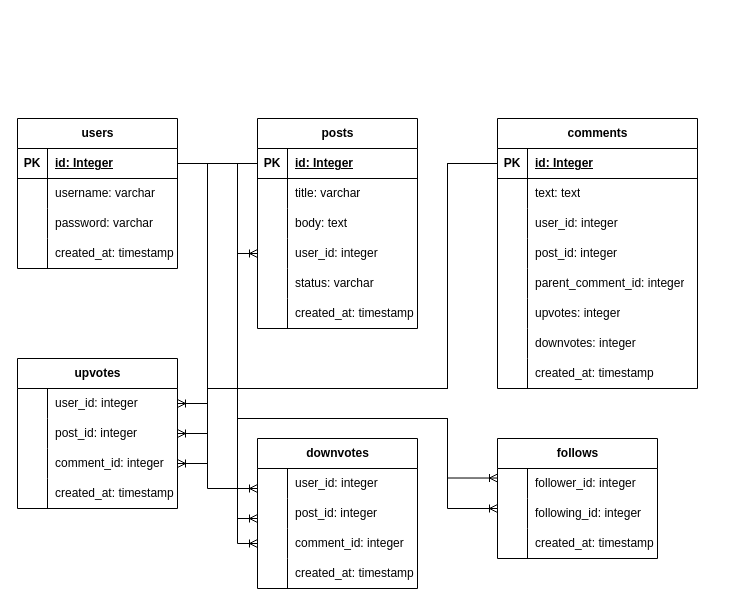
Before: Schema_Diagram.drawio in ChetanSengar/JAVA, a draw.io diagram. Source tidied: cells renumbered, new cells numbered last; positions are measured from the earlier drawing's top-left corner, leaving out a move shared by most shapes. Both pictures are drawn from the tidied source at 100%, with x=0, y=0 at pixel (17, 118).
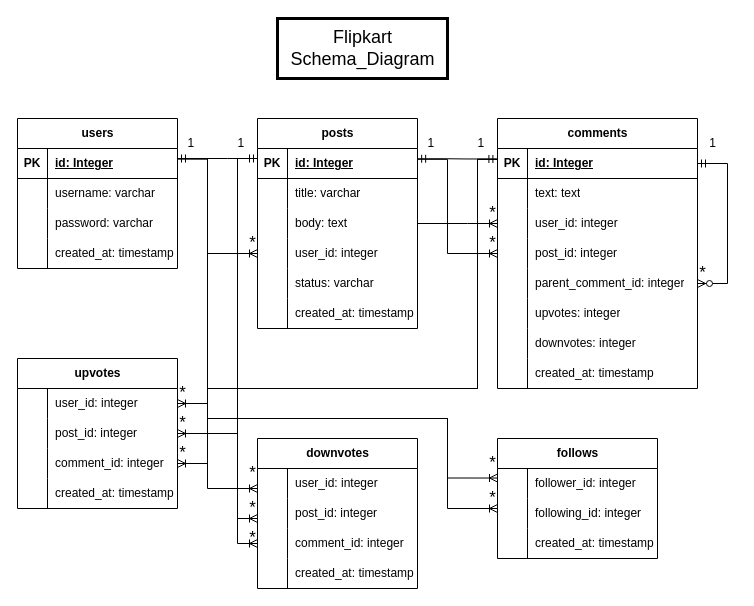
The same diagram, later.

The change refers to these unchanged cells:
```xml
<mxCell id="3" style="shape=tableRow;horizontal=0;startSize=0;swimlaneHead=0;swimlaneBody=0;fillColor=none;points=[[0,0.5],[1,0.5]];portConstraint=eastwest;top=0;left=0;right=0;bottom=1;" parent="2" vertex="1">
  <mxGeometry y="30" width="160" height="30" as="geometry" />
</mxCell>
<mxCell id="16" style="shape=tableRow;horizontal=0;startSize=0;swimlaneHead=0;swimlaneBody=0;fillColor=none;points=[[0,0.5],[1,0.5]];portConstraint=eastwest;top=0;left=0;right=0;bottom=1;" parent="15" vertex="1">
  <mxGeometry y="30" width="160" height="30" as="geometry" />
</mxCell>
<mxCell id="22" style="shape=tableRow;horizontal=0;startSize=0;swimlaneHead=0;swimlaneBody=0;fillColor=none;points=[[0,0.5],[1,0.5]];portConstraint=eastwest;top=0;left=0;right=0;bottom=0;" parent="15" vertex="1">
  <mxGeometry y="90" width="160" height="30" as="geometry" />
</mxCell>
<mxCell id="25" style="shape=tableRow;horizontal=0;startSize=0;swimlaneHead=0;swimlaneBody=0;fillColor=none;points=[[0,0.5],[1,0.5]];portConstraint=eastwest;top=0;left=0;right=0;bottom=0;" parent="15" vertex="1">
  <mxGeometry y="120" width="160" height="30" as="geometry" />
</mxCell>
<mxCell id="35" style="shape=tableRow;horizontal=0;startSize=0;swimlaneHead=0;swimlaneBody=0;fillColor=none;points=[[0,0.5],[1,0.5]];portConstraint=eastwest;top=0;left=0;right=0;bottom=0;" parent="34" vertex="1">
  <mxGeometry y="30" width="160" height="30" as="geometry" />
</mxCell>
<mxCell id="38" style="shape=tableRow;horizontal=0;startSize=0;swimlaneHead=0;swimlaneBody=0;fillColor=none;points=[[0,0.5],[1,0.5]];portConstraint=eastwest;top=0;left=0;right=0;bottom=0;" parent="34" vertex="1">
  <mxGeometry y="60" width="160" height="30" as="geometry" />
</mxCell>
<mxCell id="41" style="shape=tableRow;horizontal=0;startSize=0;swimlaneHead=0;swimlaneBody=0;fillColor=none;points=[[0,0.5],[1,0.5]];portConstraint=eastwest;top=0;left=0;right=0;bottom=0;" parent="34" vertex="1">
  <mxGeometry y="90" width="160" height="30" as="geometry" />
</mxCell>
<mxCell id="54" style="shape=tableRow;horizontal=0;startSize=0;swimlaneHead=0;swimlaneBody=0;fillColor=none;points=[[0,0.5],[1,0.5]];portConstraint=eastwest;top=0;left=0;right=0;bottom=0;" parent="47" vertex="1">
  <mxGeometry y="90" width="160" height="30" as="geometry" />
</mxCell>
<mxCell id="60" value="comments" style="shape=table;startSize=30;childLayout=tableLayout;rowLines=0;fontStyle=1;align=center;html=1;" parent="1" vertex="1">
  <mxGeometry x="480" width="200" height="270" as="geometry" />
</mxCell>
<mxCell id="61" style="shape=tableRow;horizontal=0;startSize=0;swimlaneHead=0;swimlaneBody=0;fillColor=none;points=[[0,0.5],[1,0.5]];portConstraint=eastwest;top=0;left=0;right=0;bottom=1;" parent="60" vertex="1">
  <mxGeometry y="30" width="200" height="30" as="geometry" />
</mxCell>
<mxCell id="67" style="shape=tableRow;horizontal=0;startSize=0;swimlaneHead=0;swimlaneBody=0;fillColor=none;points=[[0,0.5],[1,0.5]];portConstraint=eastwest;top=0;left=0;right=0;bottom=0;" parent="60" vertex="1">
  <mxGeometry y="90" width="200" height="30" as="geometry" />
</mxCell>
<mxCell id="70" style="shape=tableRow;horizontal=0;startSize=0;swimlaneHead=0;swimlaneBody=0;fillColor=none;points=[[0,0.5],[1,0.5]];portConstraint=eastwest;top=0;left=0;right=0;bottom=0;" parent="60" vertex="1">
  <mxGeometry y="120" width="200" height="30" as="geometry" />
</mxCell>
<mxCell id="73" style="shape=tableRow;horizontal=0;startSize=0;swimlaneHead=0;swimlaneBody=0;fillColor=none;points=[[0,0.5],[1,0.5]];portConstraint=eastwest;top=0;left=0;right=0;bottom=0;" parent="60" vertex="1">
  <mxGeometry y="150" width="200" height="30" as="geometry" />
</mxCell>
<mxCell id="86" style="shape=tableRow;horizontal=0;startSize=0;swimlaneHead=0;swimlaneBody=0;fillColor=none;points=[[0,0.5],[1,0.5]];portConstraint=eastwest;top=0;left=0;right=0;bottom=0;" parent="85" vertex="1">
  <mxGeometry y="30" width="160" height="30" as="geometry" />
</mxCell>
```

Change to the diagram source:
```diff
@@
+    <mxCell id="104" style="edgeStyle=entityRelationEdgeStyle;fontSize=12;html=1;endArrow=ERzeroToMany;startArrow=ERmandOne;rounded=0;entryX=1;entryY=0.5;entryDx=0;entryDy=0;exitX=1;exitY=0.5;exitDx=0;exitDy=0;" parent="60" edge="1" source="61" target="73">
+      <mxGeometry relative="1" as="geometry" />
+    </mxCell>
@@
-    <mxCell id="95" style="edgeStyle=orthogonalEdgeStyle;fontSize=12;html=1;endArrow=ERoneToMany;rounded=0;exitX=1;exitY=0.5;exitDx=0;exitDy=0;entryX=0;entryY=0.5;entryDx=0;entryDy=0;" parent="1" edge="1" source="3" target="25">
+    <mxCell id="95" style="edgeStyle=orthogonalEdgeStyle;fontSize=12;html=1;endArrow=ERoneToMany;rounded=0;entryX=0;entryY=0.5;entryDx=0;entryDy=0;" parent="1" edge="1" target="25">
       <mxGeometry relative="1" as="geometry">
+        <mxPoint x="160" y="40" as="sourcePoint" />
         <Array as="points">
-          <mxPoint x="220" y="45" />
-          <mxPoint x="220" y="135" />
+          <mxPoint x="160" y="40" />
+          <mxPoint x="190" y="40" />
+          <mxPoint x="190" y="135" />
         </Array>
       </mxGeometry>
     </mxCell>
-    <mxCell id="96" style="edgeStyle=entityRelationEdgeStyle;fontSize=12;html=1;endArrow=ERoneToMany;rounded=0;exitX=1;exitY=0.5;exitDx=0;exitDy=0;entryX=1;entryY=0.5;entryDx=0;entryDy=0;" parent="1" edge="1" source="3" target="35">
-      <mxGeometry relative="1" as="geometry" />
+    <mxCell id="96" style="edgeStyle=orthogonalEdgeStyle;fontSize=12;html=1;endArrow=ERoneToMany;rounded=0;entryX=1;entryY=0.5;entryDx=0;entryDy=0;" parent="1" edge="1" target="35">
+      <mxGeometry relative="1" as="geometry">
+        <mxPoint x="160" y="40" as="sourcePoint" />
+        <Array as="points">
+          <mxPoint x="160" y="40" />
+          <mxPoint x="190" y="40" />
+          <mxPoint x="190" y="285" />
+        </Array>
+      </mxGeometry>
     </mxCell>
-    <mxCell id="97" style="edgeStyle=orthogonalEdgeStyle;fontSize=12;html=1;endArrow=ERoneToMany;rounded=0;exitX=0;exitY=0.5;exitDx=0;exitDy=0;entryX=1;entryY=0.5;entryDx=0;entryDy=0;" parent="1" edge="1" source="16" target="38">
+    <mxCell id="97" style="edgeStyle=orthogonalEdgeStyle;fontSize=12;html=1;endArrow=ERoneToMany;rounded=0;entryX=1;entryY=0.5;entryDx=0;entryDy=0;" parent="1" edge="1" target="38">
       <mxGeometry relative="1" as="geometry">
+        <mxPoint x="240" y="40" as="sourcePoint" />
         <Array as="points">
-          <mxPoint x="190" y="45" />
-          <mxPoint x="190" y="315" />
+          <mxPoint x="240" y="40" />
+          <mxPoint x="220" y="40" />
+          <mxPoint x="220" y="315" />
         </Array>
       </mxGeometry>
     </mxCell>
-    <mxCell id="98" style="edgeStyle=orthogonalEdgeStyle;fontSize=12;html=1;endArrow=ERoneToMany;rounded=0;exitX=0;exitY=0.5;exitDx=0;exitDy=0;entryX=1;entryY=0.5;entryDx=0;entryDy=0;" parent="1" edge="1" source="61" target="41">
+    <mxCell id="98" style="edgeStyle=orthogonalEdgeStyle;fontSize=12;html=1;endArrow=ERoneToMany;rounded=0;exitX=1;exitY=1.028;exitDx=0;exitDy=0;entryX=1;entryY=0.5;entryDx=0;entryDy=0;exitPerimeter=0;" parent="1" edge="1" source="111" target="41">
       <mxGeometry relative="1" as="geometry">
         <Array as="points">
-          <mxPoint x="430" y="45" />
-          <mxPoint x="430" y="270" />
+          <mxPoint x="460" y="41" />
+          <mxPoint x="460" y="270" />
           <mxPoint x="190" y="270" />
           <mxPoint x="190" y="345" />
         </Array>
       </mxGeometry>
     </mxCell>
-    <mxCell id="99" style="edgeStyle=orthogonalEdgeStyle;fontSize=12;html=1;endArrow=ERoneToMany;rounded=0;exitX=1;exitY=0.5;exitDx=0;exitDy=0;" parent="1" edge="1" source="3">
+    <mxCell id="99" style="edgeStyle=orthogonalEdgeStyle;fontSize=12;html=1;endArrow=ERoneToMany;rounded=0;" parent="1" edge="1">
       <mxGeometry relative="1" as="geometry">
+        <mxPoint x="160" y="40" as="sourcePoint" />
         <mxPoint x="480" y="390" as="targetPoint" />
         <Array as="points">
-          <mxPoint x="220" y="45" />
-          <mxPoint x="220" y="300" />
+          <mxPoint x="160" y="40" />
+          <mxPoint x="190" y="40" />
+          <mxPoint x="190" y="300" />
           <mxPoint x="430" y="300" />
           <mxPoint x="430" y="390" />
         </Array>
       </mxGeometry>
     </mxCell>
-    <mxCell id="100" style="edgeStyle=orthogonalEdgeStyle;fontSize=12;html=1;endArrow=ERoneToMany;rounded=0;exitX=1;exitY=0.5;exitDx=0;exitDy=0;entryX=0;entryY=0.318;entryDx=0;entryDy=0;entryPerimeter=0;" parent="1" edge="1" source="3" target="86">
+    <mxCell id="100" style="edgeStyle=orthogonalEdgeStyle;fontSize=12;html=1;endArrow=ERoneToMany;rounded=0;entryX=0;entryY=0.318;entryDx=0;entryDy=0;entryPerimeter=0;" parent="1" edge="1" target="86">
       <mxGeometry relative="1" as="geometry">
+        <mxPoint x="160" y="40" as="sourcePoint" />
         <Array as="points">
-          <mxPoint x="220" y="45" />
-          <mxPoint x="220" y="300" />
+          <mxPoint x="160" y="40" />
+          <mxPoint x="190" y="40" />
+          <mxPoint x="190" y="300" />
           <mxPoint x="430" y="300" />
           <mxPoint x="430" y="360" />
         </Array>
       </mxGeometry>
     </mxCell>
-    <mxCell id="101" style="edgeStyle=orthogonalEdgeStyle;fontSize=12;html=1;endArrow=ERoneToMany;rounded=0;exitX=1;exitY=0.5;exitDx=0;exitDy=0;" parent="1" edge="1" source="3">
+    <mxCell id="101" style="edgeStyle=orthogonalEdgeStyle;fontSize=12;html=1;endArrow=ERoneToMany;rounded=0;exitX=1.001;exitY=0.355;exitDx=0;exitDy=0;exitPerimeter=0;" parent="1" edge="1" source="3">
       <mxGeometry relative="1" as="geometry">
         <mxPoint x="240" y="370" as="targetPoint" />
         <Array as="points">
-          <mxPoint x="190" y="45" />
+          <mxPoint x="190" y="41" />
           <mxPoint x="190" y="370" />
-          <mxPoint x="240" y="370" />
         </Array>
       </mxGeometry>
     </mxCell>
-    <mxCell id="102" style="edgeStyle=orthogonalEdgeStyle;fontSize=12;html=1;endArrow=ERoneToMany;rounded=0;exitX=0;exitY=0.5;exitDx=0;exitDy=0;" parent="1" edge="1" source="16">
+    <mxCell id="102" style="edgeStyle=orthogonalEdgeStyle;fontSize=12;html=1;endArrow=ERoneToMany;rounded=0;" parent="1" edge="1">
       <mxGeometry relative="1" as="geometry">
+        <mxPoint x="240" y="40" as="sourcePoint" />
         <mxPoint x="240" y="400" as="targetPoint" />
         <Array as="points">
-          <mxPoint x="220" y="45" />
+          <mxPoint x="240" y="40" />
+          <mxPoint x="220" y="40" />
           <mxPoint x="220" y="400" />
-          <mxPoint x="240" y="400" />
         </Array>
       </mxGeometry>
     </mxCell>
-    <mxCell id="103" style="edgeStyle=orthogonalEdgeStyle;fontSize=12;html=1;endArrow=ERoneToMany;rounded=0;entryX=0;entryY=0.5;entryDx=0;entryDy=0;exitX=0;exitY=0.5;exitDx=0;exitDy=0;" parent="1" edge="1" source="61" target="54">
+    <mxCell id="103" style="edgeStyle=orthogonalEdgeStyle;fontSize=12;html=1;endArrow=ERoneToMany;rounded=0;entryX=0;entryY=0.5;entryDx=0;entryDy=0;exitX=0.994;exitY=1.028;exitDx=0;exitDy=0;exitPerimeter=0;" parent="1" edge="1" source="111" target="54">
       <mxGeometry relative="1" as="geometry">
         <Array as="points">
-          <mxPoint x="430" y="45" />
-          <mxPoint x="430" y="270" />
+          <mxPoint x="460" y="41" />
+          <mxPoint x="460" y="270" />
           <mxPoint x="220" y="270" />
           <mxPoint x="220" y="425" />
         </Array>
       </mxGeometry>
     </mxCell>
+    <mxCell id="105" value="1&amp;nbsp;" style="text;html=1;align=center;verticalAlign=middle;strokeColor=none;fillColor=none;" parent="1" vertex="1">
+      <mxGeometry x="160" y="10" width="30" height="30" as="geometry" />
+    </mxCell>
+    <mxCell id="106" value="1&amp;nbsp;" style="text;html=1;align=center;verticalAlign=middle;strokeColor=none;fillColor=none;" parent="1" vertex="1">
+      <mxGeometry x="210" y="10" width="30" height="30" as="geometry" />
+    </mxCell>
+    <mxCell id="107" style="edgeStyle=entityRelationEdgeStyle;fontSize=12;html=1;endArrow=ERmandOne;startArrow=ERmandOne;rounded=0;exitX=1.001;exitY=0.342;exitDx=0;exitDy=0;entryX=-0.003;entryY=0.349;entryDx=0;entryDy=0;exitPerimeter=0;entryPerimeter=0;" parent="1" edge="1" source="16" target="61">
+      <mxGeometry relative="1" as="geometry" />
+    </mxCell>
+    <mxCell id="108" style="edgeStyle=orthogonalEdgeStyle;fontSize=12;html=1;endArrow=ERoneToMany;rounded=0;entryX=0;entryY=0.5;entryDx=0;entryDy=0;exitX=0.006;exitY=1.028;exitDx=0;exitDy=0;exitPerimeter=0;" parent="1" edge="1" source="110" target="70">
+      <mxGeometry relative="1" as="geometry">
+        <Array as="points">
+          <mxPoint x="430" y="41" />
+          <mxPoint x="430" y="135" />
+        </Array>
+      </mxGeometry>
+    </mxCell>
+    <mxCell id="109" style="edgeStyle=entityRelationEdgeStyle;fontSize=12;html=1;endArrow=ERoneToMany;rounded=0;exitX=1;exitY=0.5;exitDx=0;exitDy=0;entryX=0;entryY=0.5;entryDx=0;entryDy=0;" parent="1" edge="1" source="22" target="67">
+      <mxGeometry relative="1" as="geometry" />
+    </mxCell>
+    <mxCell id="110" value="1&amp;nbsp;" style="text;html=1;align=center;verticalAlign=middle;points=[];strokeColor=none;fillColor=none;" parent="1" vertex="1">
+      <mxGeometry x="400" y="10" width="30" height="30" as="geometry" />
+    </mxCell>
+    <mxCell id="111" value="1&amp;nbsp;" style="text;html=1;align=center;verticalAlign=middle;points=[];strokeColor=none;fillColor=none;" parent="1" vertex="1">
+      <mxGeometry x="450" y="10" width="30" height="30" as="geometry" />
+    </mxCell>
+    <mxCell id="112" value="1" style="text;html=1;align=center;verticalAlign=middle;strokeColor=none;fillColor=none;" parent="1" vertex="1">
+      <mxGeometry x="680" y="10" width="30" height="30" as="geometry" />
+    </mxCell>
+    <mxCell id="113" style="edgeStyle=entityRelationEdgeStyle;fontSize=12;html=1;endArrow=ERmandOne;startArrow=ERmandOne;rounded=0;exitX=1;exitY=0.5;exitDx=0;exitDy=0;entryX=0;entryY=0.5;entryDx=0;entryDy=0;" parent="1" edge="1">
+      <mxGeometry relative="1" as="geometry">
+        <mxPoint x="160" y="40" as="sourcePoint" />
+        <mxPoint x="240" y="40" as="targetPoint" />
+      </mxGeometry>
+    </mxCell>
+    <mxCell id="114" value="*" style="text;html=1;align=center;verticalAlign=middle;strokeColor=none;fillColor=none;fontSize=17;" parent="1" vertex="1">
+      <mxGeometry x="150" y="260" width="30" height="30" as="geometry" />
+    </mxCell>
+    <mxCell id="115" value="*" style="text;html=1;align=center;verticalAlign=middle;strokeColor=none;fillColor=none;fontSize=17;" parent="1" vertex="1">
+      <mxGeometry x="150" y="290" width="30" height="30" as="geometry" />
+    </mxCell>
+    <mxCell id="116" value="*" style="text;html=1;align=center;verticalAlign=middle;strokeColor=none;fillColor=none;fontSize=17;" parent="1" vertex="1">
+      <mxGeometry x="150" y="320" width="30" height="30" as="geometry" />
+    </mxCell>
+    <mxCell id="117" value="*" style="text;html=1;align=center;verticalAlign=middle;strokeColor=none;fillColor=none;fontSize=17;" parent="1" vertex="1">
+      <mxGeometry x="220" y="110" width="30" height="30" as="geometry" />
+    </mxCell>
+    <mxCell id="118" value="*" style="text;html=1;align=center;verticalAlign=middle;strokeColor=none;fillColor=none;fontSize=17;" parent="1" vertex="1">
+      <mxGeometry x="460" y="80" width="30" height="30" as="geometry" />
+    </mxCell>
+    <mxCell id="119" value="*" style="text;html=1;align=center;verticalAlign=middle;strokeColor=none;fillColor=none;fontSize=17;" parent="1" vertex="1">
+      <mxGeometry x="460" y="110" width="30" height="30" as="geometry" />
+    </mxCell>
+    <mxCell id="120" value="*" style="text;html=1;align=center;verticalAlign=middle;strokeColor=none;fillColor=none;fontSize=17;" parent="1" vertex="1">
+      <mxGeometry x="670" y="140" width="30" height="30" as="geometry" />
+    </mxCell>
+    <mxCell id="121" value="*" style="text;html=1;align=center;verticalAlign=middle;strokeColor=none;fillColor=none;fontSize=17;" parent="1" vertex="1">
+      <mxGeometry x="460" y="330" width="30" height="30" as="geometry" />
+    </mxCell>
+    <mxCell id="122" value="*" style="text;html=1;align=center;verticalAlign=middle;strokeColor=none;fillColor=none;fontSize=17;" parent="1" vertex="1">
+      <mxGeometry x="460" y="365" width="30" height="30" as="geometry" />
+    </mxCell>
+    <mxCell id="123" value="*" style="text;html=1;align=center;verticalAlign=middle;strokeColor=none;fillColor=none;fontSize=17;" parent="1" vertex="1">
+      <mxGeometry x="220" y="340" width="30" height="30" as="geometry" />
+    </mxCell>
+    <mxCell id="124" value="*" style="text;html=1;align=center;verticalAlign=middle;strokeColor=none;fillColor=none;fontSize=17;" parent="1" vertex="1">
+      <mxGeometry x="220" y="375" width="30" height="30" as="geometry" />
+    </mxCell>
+    <mxCell id="125" value="*" style="text;html=1;align=center;verticalAlign=middle;strokeColor=none;fillColor=none;fontSize=17;" parent="1" vertex="1">
+      <mxGeometry x="220" y="405" width="30" height="30" as="geometry" />
+    </mxCell>
+    <mxCell id="126" value="&lt;font style=&quot;font-size: 18px;&quot;&gt;Flipkart&lt;br&gt;Schema_Diagram&lt;/font&gt;" style="text;html=1;align=center;verticalAlign=middle;strokeColor=default;fillColor=none;strokeWidth=3;" parent="1" vertex="1">
+      <mxGeometry x="260" y="-100" width="170" height="60" as="geometry" />
+    </mxCell>
```
